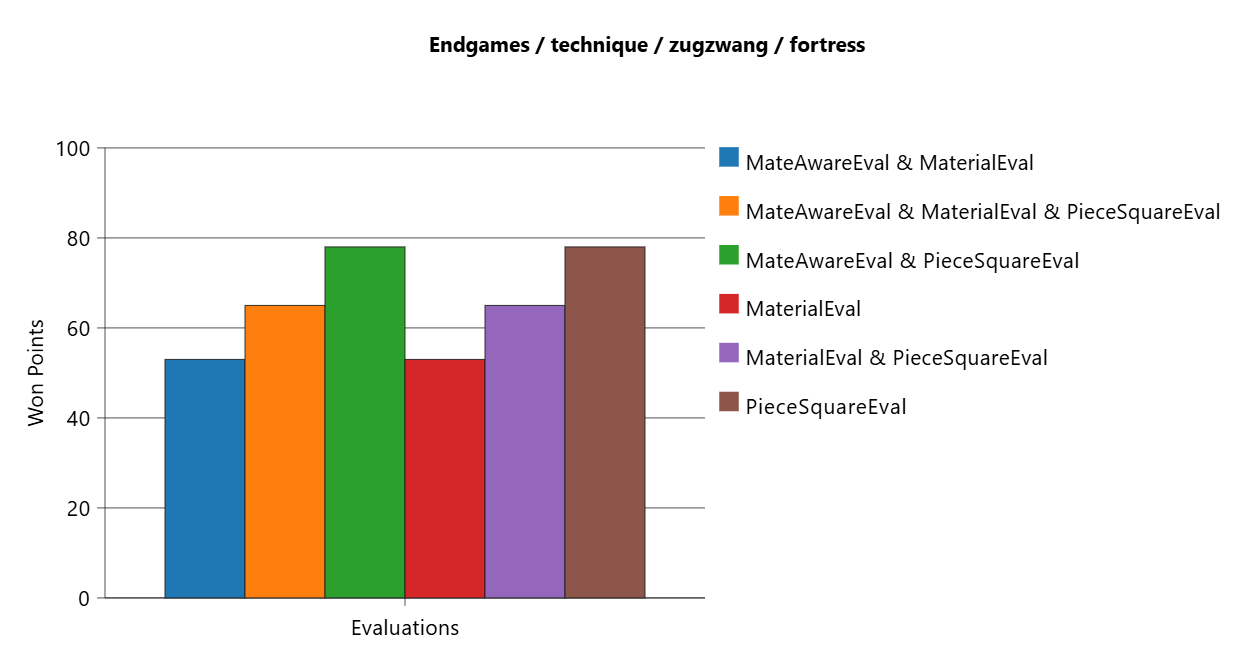
Above: docs/evaluation/report/movequality/EndgamesTechniqueZugzwangFortress.png in l2c0r3/blobfish (PlantUML), before the change. Its source is kept beside it as docs/evaluation/report/movequality/EndgamesTechniqueZugzwangFortress.puml. Source of this version:
```plantuml
@startchart

title
Endgames / technique / zugzwang / fortress
end title

h-axis [ Evaluations ]
v-axis "Won Points" 0 --> 100.0 spacing 20.0 grid

bar "MateAwareEval & MaterialEval"[ 53.0 ] #1F77B4
bar "MateAwareEval & MaterialEval & PieceSquareEval"[ 65.0 ] #FF7F0E
bar "MateAwareEval & PieceSquareEval"[ 78.0 ] #2CA02C
bar "MaterialEval"[ 53.0 ] #D62728
bar "MaterialEval & PieceSquareEval"[ 65.0 ] #9467BD
bar "PieceSquareEval"[ 78.0 ] #8C564B

legend right
@endchart
```
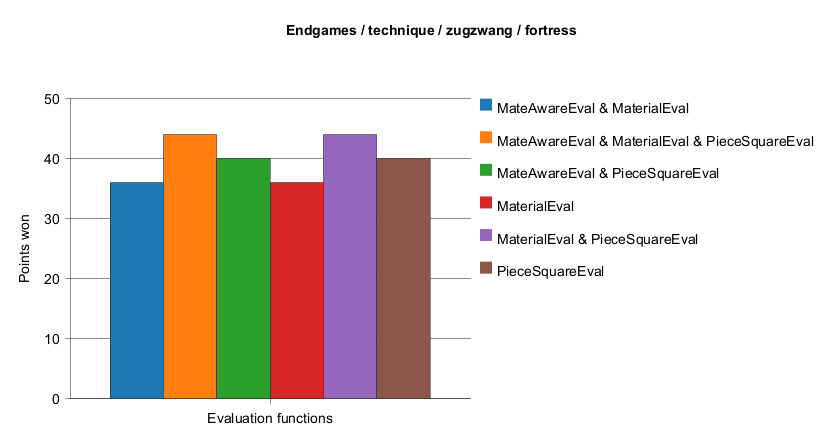
Above is the later version.

Change to the diagram source:
```diff
@@ -4,15 +4,15 @@
 Endgames / technique / zugzwang / fortress
 end title
 
-h-axis [ Evaluations ]
-v-axis "Won Points" 0 --> 100.0 spacing 20.0 grid
+h-axis [ Evaluation functions ]
+v-axis "Points won" 0 --> 50.0 spacing 10.0 grid
 
-bar "MateAwareEval & MaterialEval"[ 53.0 ] #1F77B4
-bar "MateAwareEval & MaterialEval & PieceSquareEval"[ 65.0 ] #FF7F0E
-bar "MateAwareEval & PieceSquareEval"[ 78.0 ] #2CA02C
-bar "MaterialEval"[ 53.0 ] #D62728
-bar "MaterialEval & PieceSquareEval"[ 65.0 ] #9467BD
-bar "PieceSquareEval"[ 78.0 ] #8C564B
+bar "MateAwareEval & MaterialEval"[ 36.0 ] #1F77B4
+bar "MateAwareEval & MaterialEval & PieceSquareEval"[ 44.0 ] #FF7F0E
+bar "MateAwareEval & PieceSquareEval"[ 40.0 ] #2CA02C
+bar "MaterialEval"[ 36.0 ] #D62728
+bar "MaterialEval & PieceSquareEval"[ 44.0 ] #9467BD
+bar "PieceSquareEval"[ 40.0 ] #8C564B
 
 legend right
 @endchart
```
